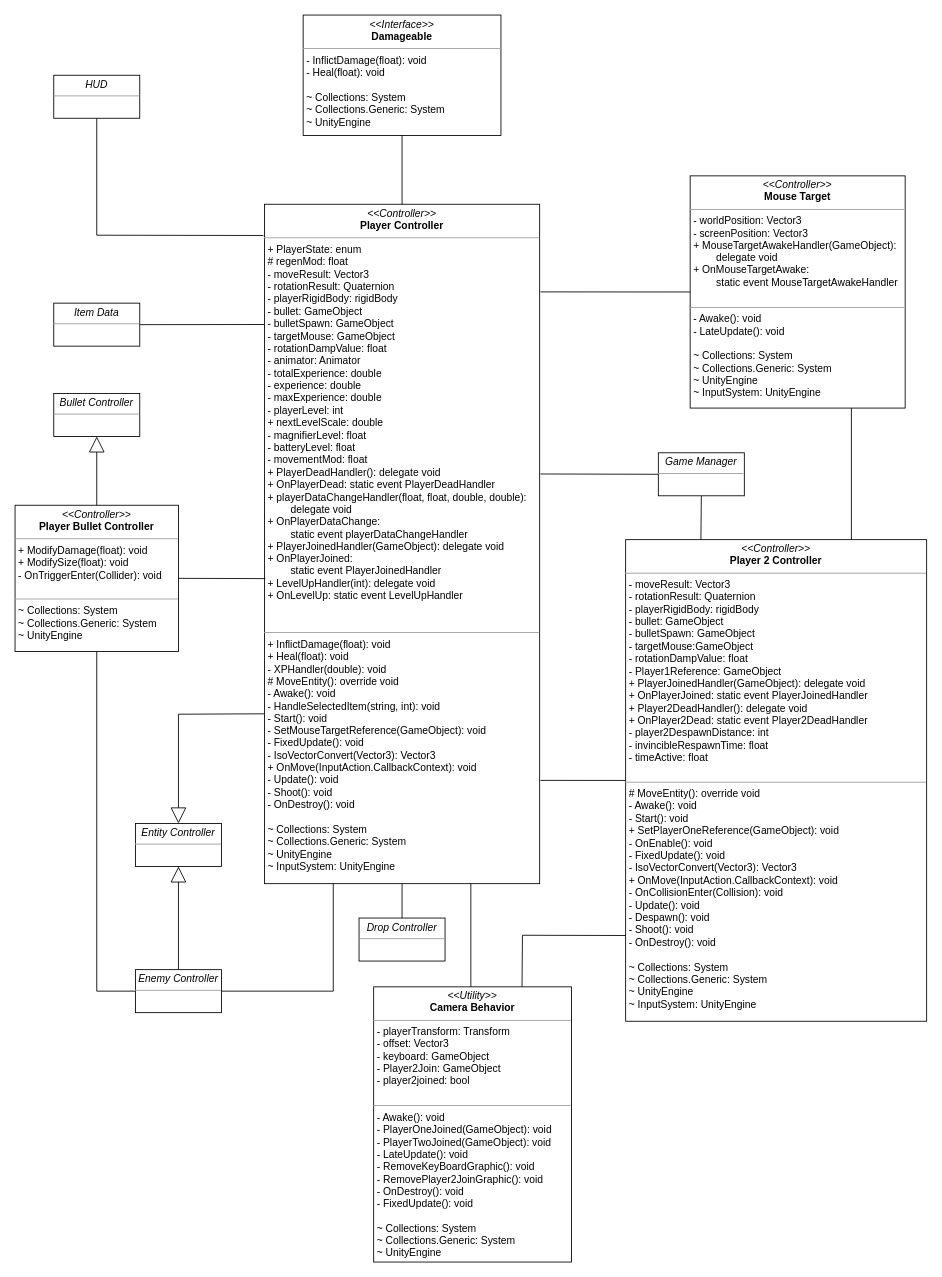
The draw.io diagram page "Players" (4 of 5) of Documentation files/Class Diagram.drawio in Ulibomber1/Middlespace-Survivor, before the edit. Source tidied: cells renumbered, new cells numbered last; positions are measured from the earlier drawing's top-left corner, leaving out a move shared by most shapes. Both pictures are drawn from the tidied source at 86%, with x=0, y=0 at pixel (15, 15).
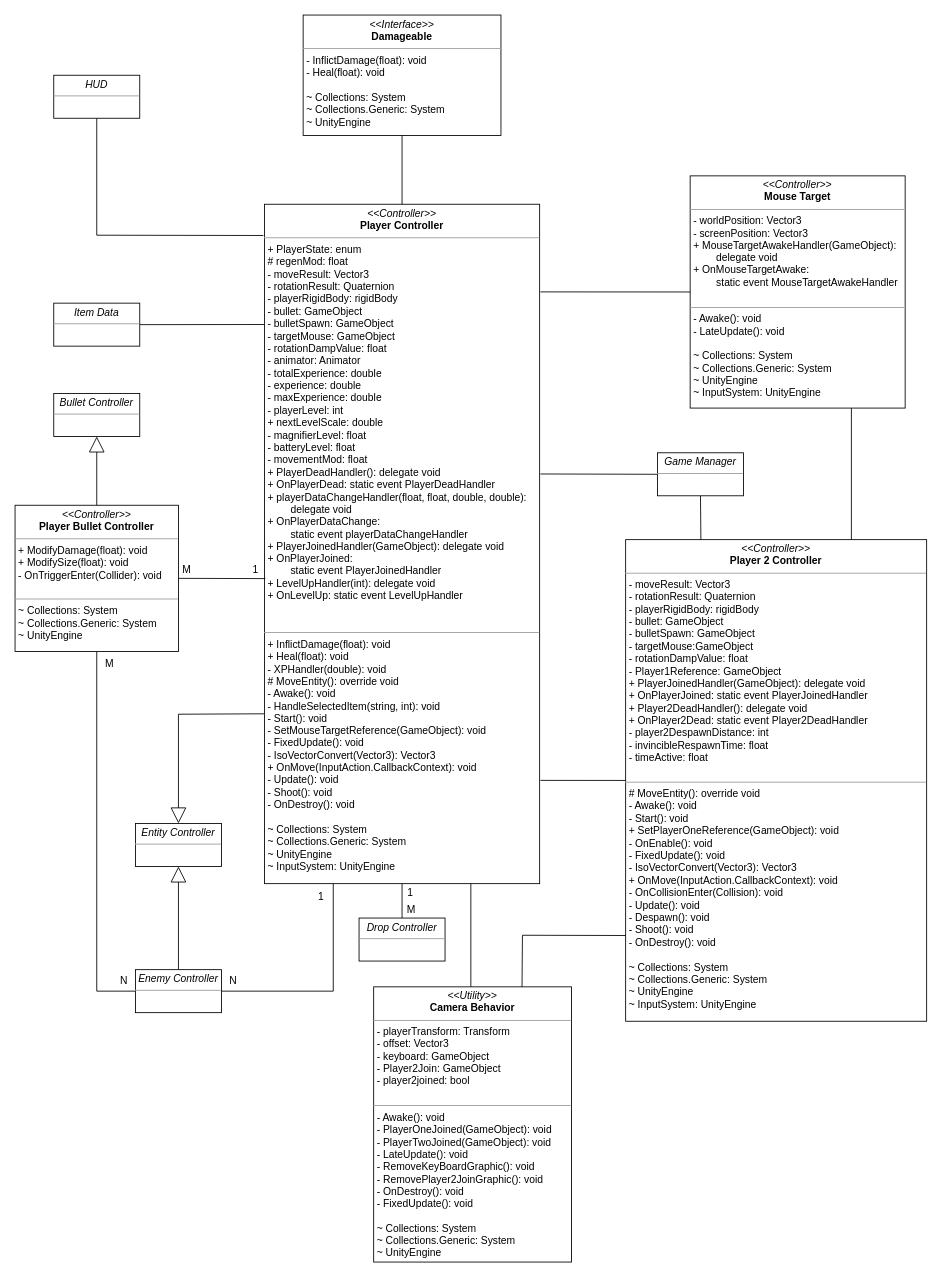
The same page after the edit.

Change to the diagram source:
```diff
@@
     <mxCell id="31" value="&lt;p style=&quot;margin:0px;margin-top:4px;text-align:center;&quot;&gt;&lt;i&gt;Game Manager&lt;/i&gt;&lt;/p&gt;&lt;hr size=&quot;1&quot;&gt;&lt;p style=&quot;margin:0px;margin-left:4px;&quot;&gt;&lt;br&gt;&lt;/p&gt;" style="verticalAlign=top;align=left;overflow=fill;fontSize=12;fontFamily=Helvetica;html=1;rounded=0;shadow=0;comic=0;labelBackgroundColor=none;strokeWidth=1;" parent="1" vertex="1">
-      <mxGeometry x="748" y="509" width="100" height="50" as="geometry" />
+      <mxGeometry x="747" y="509" width="100" height="50" as="geometry" />
     </mxCell>
+    <mxCell id="32" value="M" style="text;html=1;strokeColor=none;fillColor=none;align=center;verticalAlign=middle;whiteSpace=wrap;rounded=0;fontStyle=0;" parent="1" vertex="1">
+      <mxGeometry x="170" y="630" width="60" height="30" as="geometry" />
+    </mxCell>
+    <mxCell id="33" value="1" style="text;html=1;strokeColor=none;fillColor=none;align=center;verticalAlign=middle;whiteSpace=wrap;rounded=0;fontStyle=0;" parent="1" vertex="1">
+      <mxGeometry x="250" y="630" width="60" height="30" as="geometry" />
+    </mxCell>
+    <mxCell id="34" value="M" style="text;html=1;strokeColor=none;fillColor=none;align=center;verticalAlign=middle;whiteSpace=wrap;rounded=0;fontStyle=0;" parent="1" vertex="1">
+      <mxGeometry x="80" y="740" width="60" height="30" as="geometry" />
+    </mxCell>
+    <mxCell id="35" value="N" style="text;html=1;strokeColor=none;fillColor=none;align=center;verticalAlign=middle;whiteSpace=wrap;rounded=0;fontStyle=0;" parent="1" vertex="1">
+      <mxGeometry x="97" y="1108" width="60" height="30" as="geometry" />
+    </mxCell>
+    <mxCell id="36" value="N" style="text;html=1;strokeColor=none;fillColor=none;align=center;verticalAlign=middle;whiteSpace=wrap;rounded=0;fontStyle=0;" parent="1" vertex="1">
+      <mxGeometry x="224" y="1108" width="60" height="30" as="geometry" />
+    </mxCell>
+    <mxCell id="37" value="1" style="text;html=1;strokeColor=none;fillColor=none;align=center;verticalAlign=middle;whiteSpace=wrap;rounded=0;fontStyle=0;" parent="1" vertex="1">
+      <mxGeometry x="326" y="1010" width="60" height="30" as="geometry" />
+    </mxCell>
+    <mxCell id="38" value="1" style="text;html=1;strokeColor=none;fillColor=none;align=center;verticalAlign=middle;whiteSpace=wrap;rounded=0;fontStyle=0;" parent="1" vertex="1">
+      <mxGeometry x="430" y="1006" width="60" height="30" as="geometry" />
+    </mxCell>
+    <mxCell id="39" value="M" style="text;html=1;strokeColor=none;fillColor=none;align=center;verticalAlign=middle;whiteSpace=wrap;rounded=0;fontStyle=0;" parent="1" vertex="1">
+      <mxGeometry x="431" y="1026" width="60" height="30" as="geometry" />
+    </mxCell>
```
